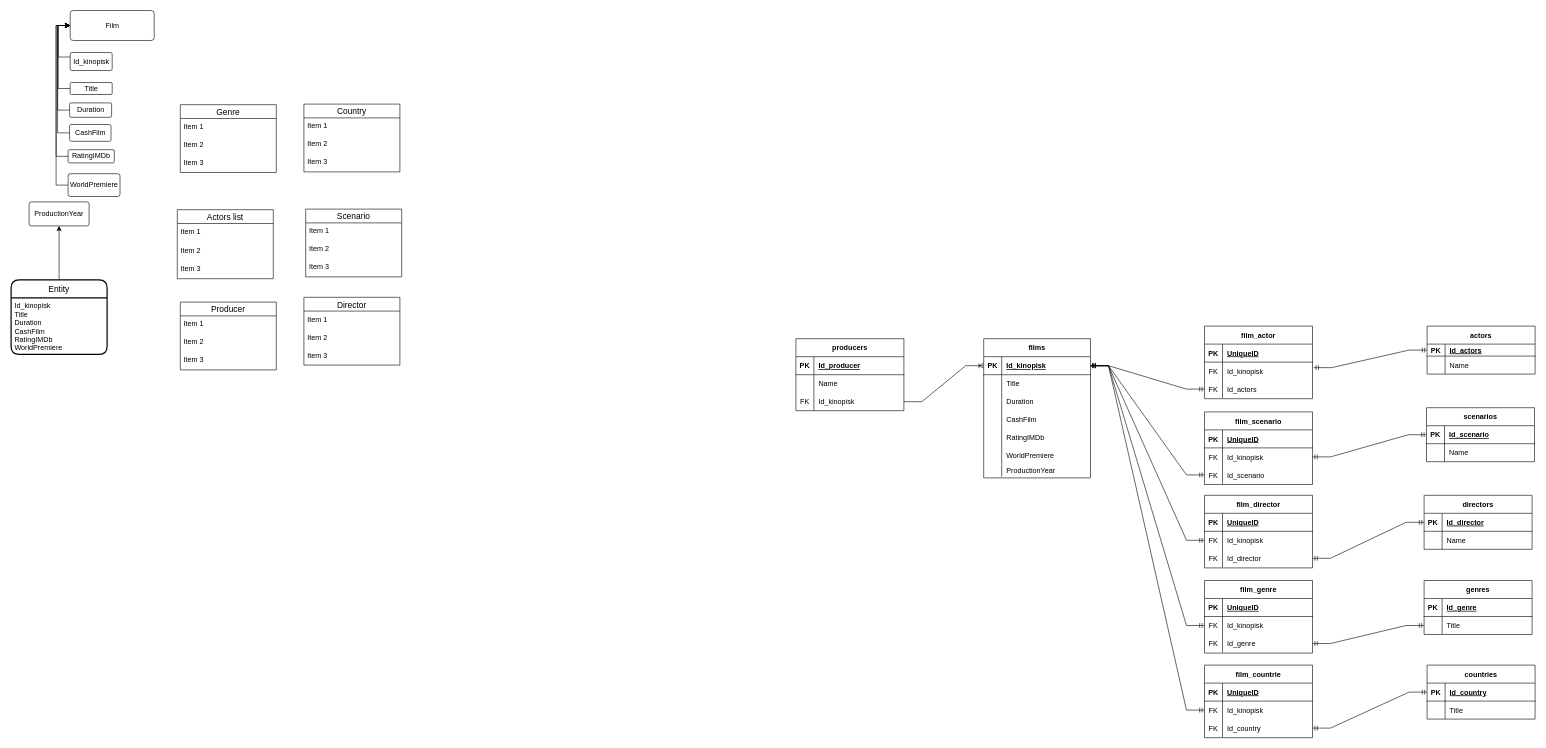
Romron/Back_End keeps this draw.io diagram as laravel/prosto-films/database/dataBaseFilms.drawio. Above is the earlier version. Source tidied: cells renumbered, new cells numbered last; positions are measured from the earlier drawing's top-left corner, leaving out a move shared by most shapes. Both pictures are drawn from the tidied source at 60%, with x=0, y=0 at pixel (11, 10).
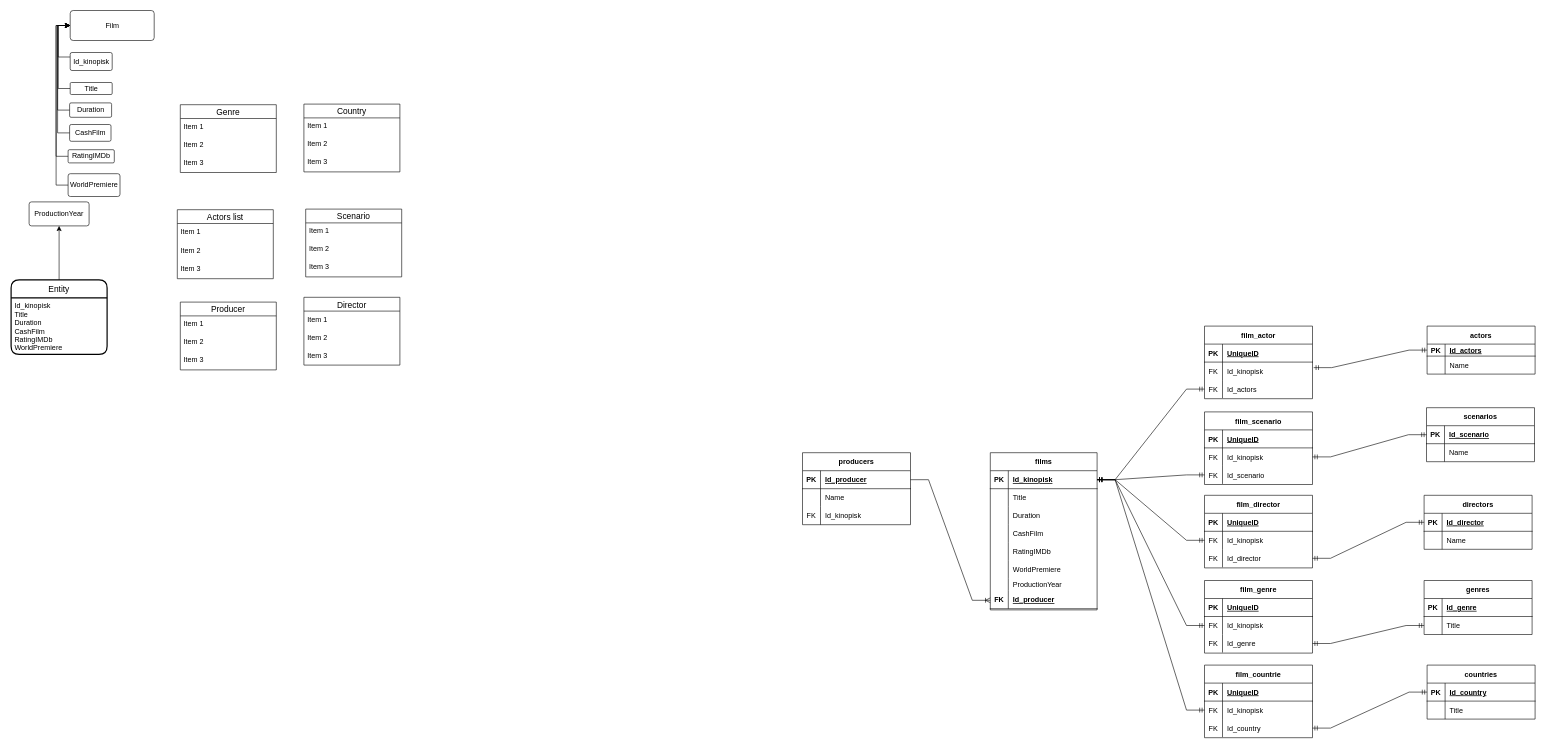
The same page after the edit.

The change refers to these unchanged cells:
```xml
<mxCell id="53" style="shape=tableRow;horizontal=0;startSize=0;swimlaneHead=0;swimlaneBody=0;fillColor=none;points=[[0,0.5],[1,0.5]];portConstraint=eastwest;top=0;left=0;right=0;bottom=1;" parent="52" vertex="1">
  <mxGeometry y="30" width="178" height="30" as="geometry" />
</mxCell>
<mxCell id="75" style="shape=tableRow;horizontal=0;startSize=0;swimlaneHead=0;swimlaneBody=0;fillColor=none;points=[[0,0.5],[1,0.5]];portConstraint=eastwest;top=0;left=0;right=0;bottom=1;" parent="74" vertex="1">
  <mxGeometry y="30" width="180" height="30" as="geometry" />
</mxCell>
<mxCell id="81" style="shape=tableRow;horizontal=0;startSize=0;swimlaneHead=0;swimlaneBody=0;fillColor=none;points=[[0,0.5],[1,0.5]];portConstraint=eastwest;top=0;left=0;right=0;bottom=0;" parent="74" vertex="1">
  <mxGeometry y="90" width="180" height="30" as="geometry" />
</mxCell>
```

Diff of the diagram source:
```diff
@@
     <mxCell id="52" value="films" style="shape=table;startSize=30;childLayout=tableLayout;rowLines=0;fontStyle=1;align=center;" parent="1" vertex="1">
-      <mxGeometry x="1621" y="547" width="178" height="232" as="geometry" />
+      <mxGeometry x="1632" y="737" width="178" height="262" as="geometry" />
     </mxCell>
@@
+    <mxCell id="173" style="shape=tableRow;horizontal=0;startSize=0;swimlaneHead=0;swimlaneBody=0;fillColor=none;top=0;left=0;right=0;bottom=1;" parent="52" vertex="1">
+      <mxGeometry y="230" width="178" height="30" as="geometry" />
+    </mxCell>
+    <mxCell id="174" value="FK" style="shape=partialRectangle;fillColor=none;top=0;left=0;bottom=0;right=0;fontStyle=1;overflow=hidden;" parent="173" vertex="1">
+      <mxGeometry width="30" height="30" as="geometry" />
+    </mxCell>
+    <mxCell id="175" value="Id_producer" style="shape=partialRectangle;fillColor=none;top=0;left=0;bottom=0;right=0;align=left;spacingLeft=6;fontStyle=5;overflow=hidden;" parent="173" vertex="1">
+      <mxGeometry x="30" width="148" height="30" as="geometry" />
+    </mxCell>
     <mxCell id="74" value="producers" style="shape=table;startSize=30;childLayout=tableLayout;rowLines=0;fontStyle=1;align=center;" parent="1" vertex="1">
-      <mxGeometry x="1308" y="547" width="180" height="120" as="geometry" />
+      <mxGeometry x="1319" y="737" width="180" height="120" as="geometry" />
     </mxCell>
@@
-    <mxCell id="112" style="edgeStyle=entityRelationEdgeStyle;fontSize=12;html=1;endArrow=ERoneToMany;rounded=0;entryX=0;entryY=0.5;entryDx=0;entryDy=0;exitX=1;exitY=0.5;exitDx=0;exitDy=0;" parent="1" edge="1" source="81" target="53">
-      <mxGeometry relative="1" as="geometry" />
+    <mxCell id="112" style="edgeStyle=entityRelationEdgeStyle;fontSize=12;html=1;endArrow=ERoneToMany;rounded=0;exitX=1;exitY=0.5;exitDx=0;exitDy=0;" parent="1" edge="1" source="75">
+      <mxGeometry relative="1" as="geometry">
+        <mxPoint x="1632" y="983" as="targetPoint" />
+      </mxGeometry>
     </mxCell>
```
